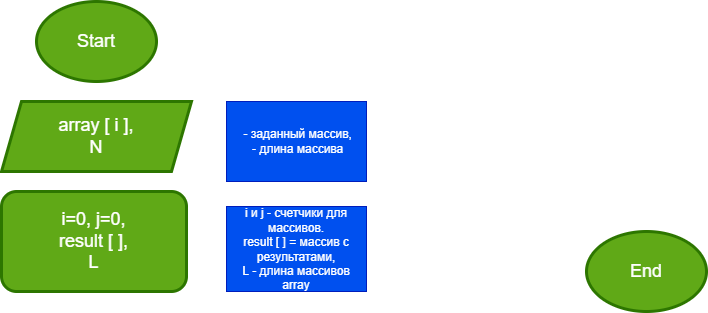
The draw.io diagram algorithm.drawio.png in Linika-N/Verification_work, before a commit. Source tidied: cells renumbered, new cells last; positions are measured from the earlier drawing's top-left corner, leaving out a move shared by most shapes.
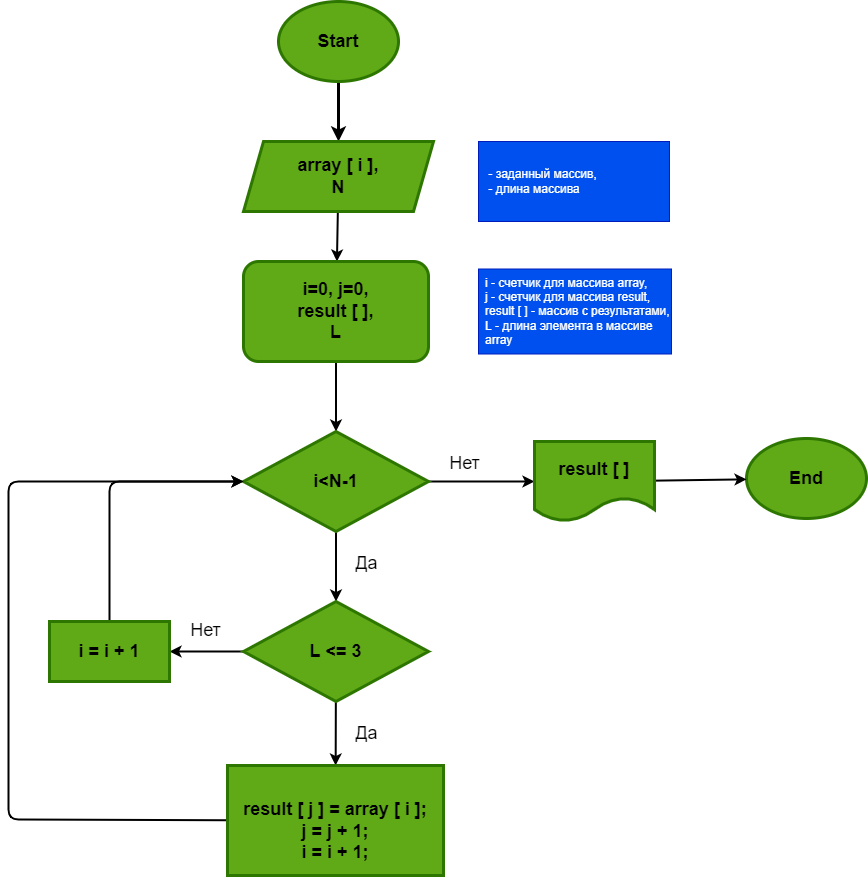
The same diagram one commit later.

Commit message:
Flowchart of the algorithm added

What changed in the source:
```diff
@@ -1,24 +1,90 @@
-<mxGraphModel>
+<mxGraphModel background="#ffffff" shadow="1">
   <root>
     <mxCell id="0" />
     <mxCell id="1" parent="0" />
+    <mxCell id="8" style="edgeStyle=none;html=1;fontColor=#000000;strokeColor=#000000;strokeWidth=3;" parent="1" edge="1" source="2" target="4">
+      <mxGeometry relative="1" as="geometry" />
+    </mxCell>
-    <mxCell id="2" value="Start" style="ellipse;whiteSpace=wrap;html=1;fontSize=18;fillColor=#60a917;fontColor=#ffffff;strokeColor=#2D7600;strokeWidth=3;" parent="1" vertex="1">
+    <mxCell id="2" value="Start" style="ellipse;whiteSpace=wrap;html=1;fontSize=18;fillColor=#60a917;fontColor=#000000;strokeColor=#2D7600;strokeWidth=3;fontStyle=1;" parent="1" vertex="1">
       <mxGeometry x="35" width="120" height="80" as="geometry" />
     </mxCell>
-    <mxCell id="3" value="End" style="ellipse;whiteSpace=wrap;html=1;fontSize=18;fillColor=#60a917;fontColor=#ffffff;strokeColor=#2D7600;strokeWidth=3;" parent="1" vertex="1">
-      <mxGeometry x="585" y="230" width="120" height="80" as="geometry" />
+    <mxCell id="3" value="End" style="ellipse;whiteSpace=wrap;html=1;fontSize=18;fillColor=#60a917;fontColor=#000000;strokeColor=#2D7600;strokeWidth=3;fontStyle=1;" parent="1" vertex="1">
+      <mxGeometry x="503" y="437" width="120" height="80" as="geometry" />
     </mxCell>
+    <mxCell id="9" style="edgeStyle=none;html=1;fontColor=#000000;strokeColor=#000000;strokeWidth=2;" parent="1" edge="1" source="4" target="5">
+      <mxGeometry relative="1" as="geometry" />
+    </mxCell>
-    <mxCell id="4" value="array [ i ],&lt;br&gt;N" style="shape=parallelogram;perimeter=parallelogramPerimeter;whiteSpace=wrap;html=1;fixedSize=1;fontSize=18;strokeWidth=3;fillColor=#60a917;fontColor=#ffffff;strokeColor=#2D7600;" parent="1" vertex="1">
-      <mxGeometry y="100" width="190" height="70" as="geometry" />
+    <mxCell id="4" value="array [ i ],&lt;br&gt;N" style="shape=parallelogram;perimeter=parallelogramPerimeter;whiteSpace=wrap;html=1;fixedSize=1;fontSize=18;strokeWidth=3;fillColor=#60a917;fontColor=#000000;strokeColor=#2D7600;fontStyle=1;" parent="1" vertex="1">
+      <mxGeometry y="140" width="190" height="70" as="geometry" />
     </mxCell>
+    <mxCell id="10" style="edgeStyle=none;html=1;fontColor=#000000;strokeColor=#000000;strokeWidth=2;" parent="1" edge="1" source="5" target="13">
+      <mxGeometry relative="1" as="geometry" />
+    </mxCell>
-    <mxCell id="5" value="i=0, j=0,&lt;br&gt;result [ ],&lt;br&gt;L" style="rounded=1;whiteSpace=wrap;html=1;fontSize=18;strokeWidth=3;fillColor=#60a917;fontColor=#ffffff;strokeColor=#2D7600;" parent="1" vertex="1">
-      <mxGeometry y="190" width="185" height="100" as="geometry" />
+    <mxCell id="5" value="i=0, j=0,&lt;br&gt;result [ ],&lt;br&gt;L" style="rounded=1;whiteSpace=wrap;html=1;fontSize=18;strokeWidth=3;fillColor=#60a917;fontColor=#000000;strokeColor=#2D7600;fontStyle=1;" parent="1" vertex="1">
+      <mxGeometry y="260" width="185" height="100" as="geometry" />
     </mxCell>
-    <mxCell id="6" value="&amp;nbsp;- заданный массив,&lt;br&gt;&amp;nbsp;- длина массива" style="text;html=1;strokeColor=#001DBC;fillColor=#0050ef;align=center;verticalAlign=middle;whiteSpace=wrap;rounded=0;fontSize=12;fontColor=#ffffff;" parent="1" vertex="1">
-      <mxGeometry x="225" y="100" width="140" height="80" as="geometry" />
+    <mxCell id="6" value="&amp;nbsp;- заданный массив,&lt;br&gt;&amp;nbsp;- длина массива" style="text;html=1;strokeColor=#001DBC;fillColor=#0050ef;align=left;verticalAlign=middle;whiteSpace=wrap;rounded=0;fontSize=12;fontColor=#ffffff;spacingLeft=5;" parent="1" vertex="1">
+      <mxGeometry x="235" y="140" width="191" height="80" as="geometry" />
     </mxCell>
-    <mxCell id="7" value="i и j - счетчики для массивов.&lt;br&gt;result [ ] = массив с результатами,&lt;br&gt;L - длина массивов array" style="text;html=1;strokeColor=#001DBC;fillColor=#0050ef;align=center;verticalAlign=middle;whiteSpace=wrap;rounded=0;fontSize=12;fontColor=#ffffff;" parent="1" vertex="1">
-      <mxGeometry x="225" y="205" width="140" height="85" as="geometry" />
+    <mxCell id="7" value="i - счетчик для массива array,&lt;br&gt;j - счетчик для массива result,&lt;br&gt;result [ ] - массив с результатами,&lt;br&gt;L - длина элемента в массиве array" style="text;html=1;strokeColor=#001DBC;fillColor=#0050ef;align=left;verticalAlign=middle;whiteSpace=wrap;rounded=0;fontSize=12;fontColor=#ffffff;spacingLeft=5;" parent="1" vertex="1">
+      <mxGeometry x="235" y="267.5" width="193" height="85" as="geometry" />
     </mxCell>
+    <mxCell id="11" style="edgeStyle=none;html=1;fontColor=#000000;strokeColor=#000000;strokeWidth=2;" parent="1" edge="1" source="13" target="18">
+      <mxGeometry relative="1" as="geometry" />
+    </mxCell>
+    <mxCell id="12" style="edgeStyle=none;html=1;fontColor=#000000;strokeColor=#000000;strokeWidth=2;" parent="1" edge="1" source="13" target="15">
+      <mxGeometry relative="1" as="geometry" />
+    </mxCell>
+    <mxCell id="13" value="i&amp;lt;N-1" style="rhombus;whiteSpace=wrap;html=1;fillColor=#60a917;fontColor=#000000;strokeColor=#2D7600;strokeWidth=3;fontSize=18;fontStyle=1;" parent="1" vertex="1">
+      <mxGeometry y="430" width="185" height="100" as="geometry" />
+    </mxCell>
+    <mxCell id="14" style="edgeStyle=none;html=1;fontColor=#000000;strokeColor=#000000;strokeWidth=2;" parent="1" edge="1" source="15" target="3">
+      <mxGeometry relative="1" as="geometry" />
+    </mxCell>
+    <mxCell id="15" value="result [ ]" style="shape=document;whiteSpace=wrap;html=1;boundedLbl=1;strokeWidth=3;fontSize=18;fillColor=#60a917;fontColor=#000000;strokeColor=#2D7600;fontStyle=1;" parent="1" vertex="1">
+      <mxGeometry x="291" y="440" width="120" height="80" as="geometry" />
+    </mxCell>
+    <mxCell id="16" style="edgeStyle=none;html=1;fontColor=#000000;strokeColor=#000000;strokeWidth=2;" parent="1" edge="1" source="18" target="20">
+      <mxGeometry relative="1" as="geometry" />
+    </mxCell>
+    <mxCell id="17" style="edgeStyle=none;html=1;fontColor=#000000;strokeColor=#000000;strokeWidth=2;" parent="1" edge="1" source="18" target="22">
+      <mxGeometry relative="1" as="geometry" />
+    </mxCell>
+    <mxCell id="18" value="L &amp;lt;= 3" style="rhombus;whiteSpace=wrap;html=1;fillColor=#60a917;fontColor=#000000;strokeColor=#2D7600;strokeWidth=3;fontSize=18;fontStyle=1;" parent="1" vertex="1">
+      <mxGeometry y="600" width="185" height="100" as="geometry" />
+    </mxCell>
+    <mxCell id="19" style="edgeStyle=none;html=1;entryX=0;entryY=0.5;entryDx=0;entryDy=0;fontColor=#000000;strokeColor=#000000;strokeWidth=2;" parent="1" edge="1" source="20" target="13">
+      <mxGeometry relative="1" as="geometry">
+        <Array as="points">
+          <mxPoint x="-235" y="818" />
+          <mxPoint x="-235" y="480" />
+        </Array>
+      </mxGeometry>
+    </mxCell>
+    <mxCell id="20" value="&lt;br&gt;result [ j ] = array [ i ];&lt;br style=&quot;font-size: 18px&quot;&gt;j = j + 1;&lt;br style=&quot;font-size: 18px&quot;&gt;i = i + 1;&lt;br&gt;" style="rounded=0;whiteSpace=wrap;html=1;strokeWidth=3;fontSize=18;fillColor=#60a917;fontColor=#000000;strokeColor=#2D7600;fontStyle=1;" parent="1" vertex="1">
+      <mxGeometry x="-16" y="764" width="216" height="110" as="geometry" />
+    </mxCell>
+    <mxCell id="21" style="edgeStyle=none;html=1;entryX=0;entryY=0.5;entryDx=0;entryDy=0;fontColor=#000000;strokeColor=#000000;strokeWidth=2;" parent="1" edge="1" source="22" target="13">
+      <mxGeometry relative="1" as="geometry">
+        <Array as="points">
+          <mxPoint x="-134" y="480" />
+        </Array>
+      </mxGeometry>
+    </mxCell>
+    <mxCell id="22" value="i = i + 1" style="rounded=0;whiteSpace=wrap;html=1;strokeWidth=3;fontSize=18;fillColor=#60a917;fontColor=#000000;strokeColor=#2D7600;fontStyle=1;" parent="1" vertex="1">
+      <mxGeometry x="-194" y="620" width="120" height="60" as="geometry" />
+    </mxCell>
+    <mxCell id="23" value="Нет" style="text;html=1;align=center;verticalAlign=middle;strokeColor=none;fillColor=none;fontSize=18;fontColor=#000000;" parent="1" vertex="1">
+      <mxGeometry x="200" y="449" width="41" height="26" as="geometry" />
+    </mxCell>
+    <mxCell id="24" value="Да" style="text;html=1;align=center;verticalAlign=middle;strokeColor=none;fillColor=none;fontSize=18;fontColor=#000000;" parent="1" vertex="1">
+      <mxGeometry x="107" y="549" width="32" height="26" as="geometry" />
+    </mxCell>
+    <mxCell id="25" value="Да" style="text;html=1;align=center;verticalAlign=middle;strokeColor=none;fillColor=none;fontSize=18;fontColor=#000000;" parent="1" vertex="1">
+      <mxGeometry x="107" y="719" width="32" height="26" as="geometry" />
+    </mxCell>
+    <mxCell id="26" value="Нет" style="text;html=1;align=center;verticalAlign=middle;strokeColor=none;fillColor=none;fontSize=18;fontColor=#000000;" parent="1" vertex="1">
+      <mxGeometry x="-59" y="616" width="41" height="26" as="geometry" />
+    </mxCell>
   </root>
 </mxGraphModel>
```
